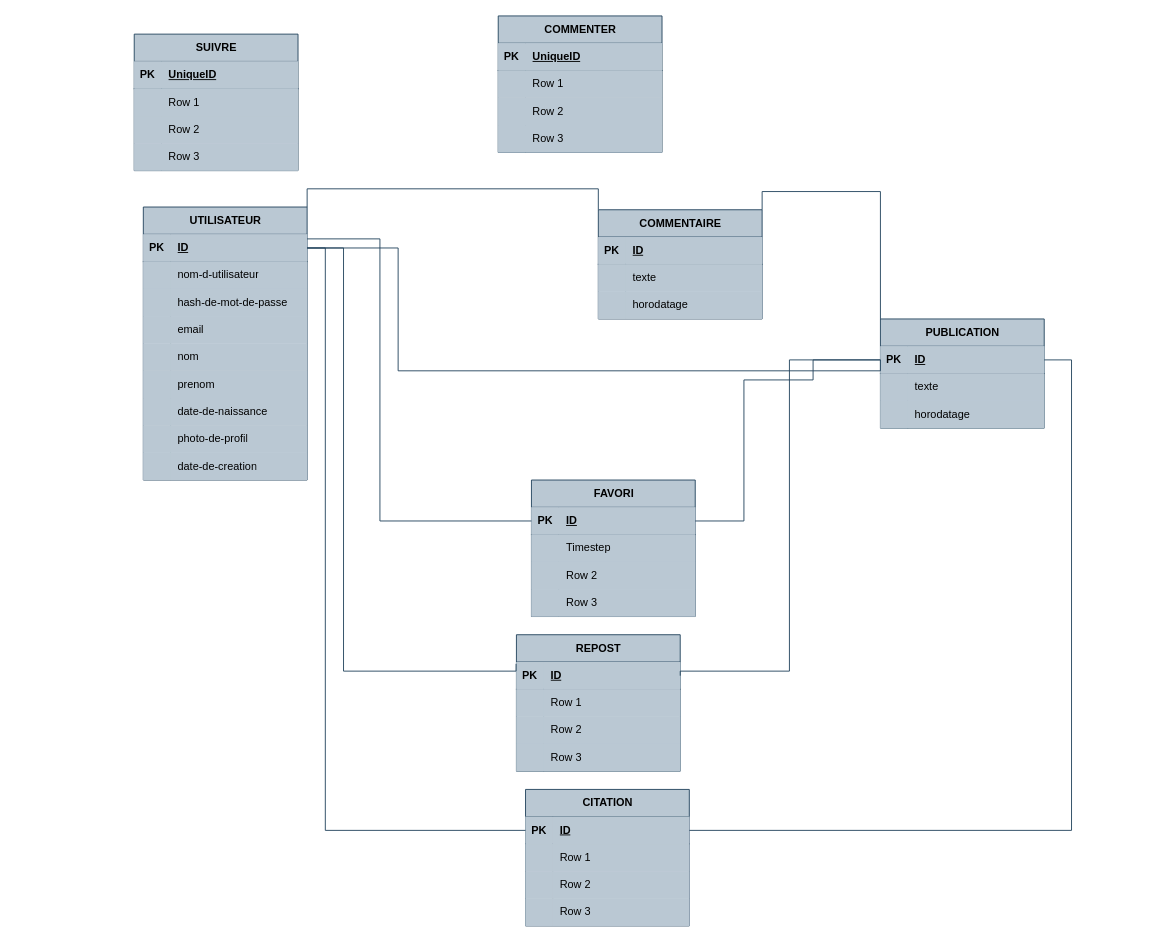
This is page "Page-2" (2 of 2) of Diagramme sans nom 5.drawio from vsilvanska/examen-info-2023, a draw.io file, before an edit. Source tidied: cells renumbered, new cells numbered last; positions are measured from the earlier drawing's top-left corner, leaving out a move shared by most shapes. Both pictures are drawn from the tidied source at 91%, with x=0, y=0 at pixel (134, 15).
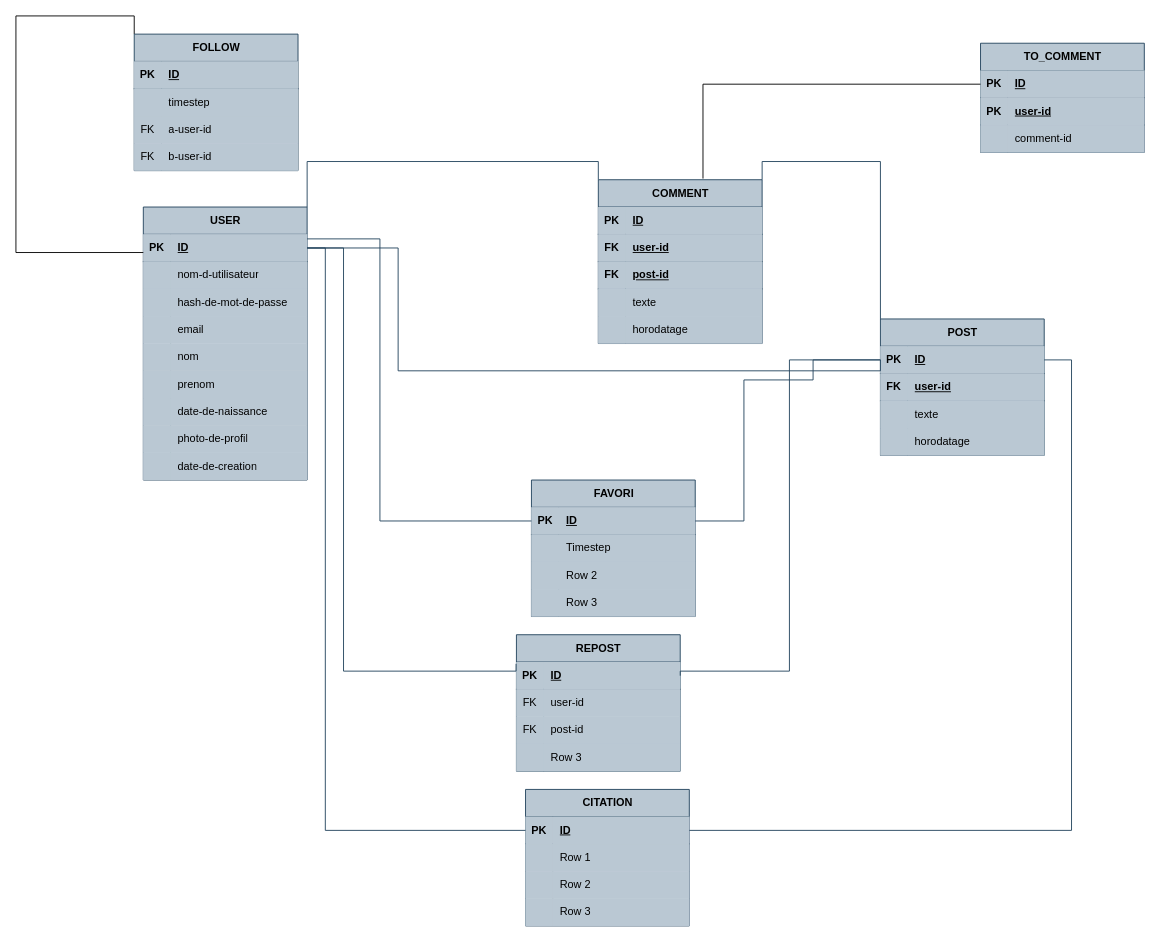
The same page after the edit.

Unchanged cells that the change refers to:
```xml
<mxCell id="4" style="shape=tableRow;horizontal=0;startSize=0;swimlaneHead=0;swimlaneBody=0;fillColor=#bac8d3;points=[[0,0.5],[1,0.5]];portConstraint=eastwest;top=0;left=0;right=0;bottom=1;strokeColor=#23445d;" parent="3" vertex="1">
  <mxGeometry y="30" width="180" height="30" as="geometry" />
</mxCell>
<mxCell id="69" style="shape=tableRow;horizontal=0;startSize=0;swimlaneHead=0;swimlaneBody=0;fillColor=#bac8d3;top=0;left=0;right=0;bottom=0;strokeColor=#23445d;" parent="65" vertex="1">
  <mxGeometry y="60" width="180" height="30" as="geometry" />
</mxCell>
<mxCell id="72" style="shape=tableRow;horizontal=0;startSize=0;swimlaneHead=0;swimlaneBody=0;fillColor=#bac8d3;top=0;left=0;right=0;bottom=0;strokeColor=#23445d;" parent="65" vertex="1">
  <mxGeometry y="90" width="180" height="30" as="geometry" />
</mxCell>
<mxCell id="99" style="shape=tableRow;horizontal=0;startSize=0;swimlaneHead=0;swimlaneBody=0;fillColor=#bac8d3;top=0;left=0;right=0;bottom=1;strokeColor=#23445d;" parent="98" vertex="1">
  <mxGeometry y="30" width="180" height="30" as="geometry" />
</mxCell>
<mxCell id="102" style="shape=tableRow;horizontal=0;startSize=0;swimlaneHead=0;swimlaneBody=0;fillColor=#bac8d3;top=0;left=0;right=0;bottom=0;strokeColor=#23445d;" parent="98" vertex="1">
  <mxGeometry y="60" width="180" height="30" as="geometry" />
</mxCell>
<mxCell id="105" style="shape=tableRow;horizontal=0;startSize=0;swimlaneHead=0;swimlaneBody=0;fillColor=#bac8d3;top=0;left=0;right=0;bottom=0;strokeColor=#23445d;" parent="98" vertex="1">
  <mxGeometry y="90" width="180" height="30" as="geometry" />
</mxCell>
<mxCell id="108" style="shape=tableRow;horizontal=0;startSize=0;swimlaneHead=0;swimlaneBody=0;fillColor=#bac8d3;top=0;left=0;right=0;bottom=0;strokeColor=#23445d;" parent="98" vertex="1">
  <mxGeometry y="120" width="180" height="30" as="geometry" />
</mxCell>
<mxCell id="112" style="shape=tableRow;horizontal=0;startSize=0;swimlaneHead=0;swimlaneBody=0;fillColor=#bac8d3;points=[[0,0.5],[1,0.5]];portConstraint=eastwest;top=0;left=0;right=0;bottom=1;strokeColor=#23445d;" parent="111" vertex="1">
  <mxGeometry y="30" width="180" height="30" as="geometry" />
</mxCell>
```

Change to the diagram source:
```diff
@@
-    <mxCell id="3" value="UTILISATEUR" style="shape=table;startSize=30;childLayout=tableLayout;rowLines=0;fontStyle=1;align=center;html=1;fillColor=#bac8d3;strokeColor=#23445d;" parent="1" vertex="1">
+    <mxCell id="3" value="USER" style="shape=table;startSize=30;childLayout=tableLayout;rowLines=0;fontStyle=1;align=center;html=1;fillColor=#bac8d3;strokeColor=#23445d;" parent="1" vertex="1">
       <mxGeometry x="10" y="210" width="180" height="300" as="geometry" />
     </mxCell>
@@
-    <mxCell id="32" value="COMMENTAIRE" style="shape=table;startSize=30;childLayout=tableLayout;rowLines=0;fontStyle=1;align=center;html=1;fillColor=#bac8d3;strokeColor=#23445d;" parent="1" vertex="1">
-      <mxGeometry x="510" y="213" width="180" height="120" as="geometry" />
+    <mxCell id="32" value="COMMENT" style="shape=table;startSize=30;childLayout=tableLayout;rowLines=0;fontStyle=1;align=center;html=1;fillColor=#bac8d3;strokeColor=#23445d;" parent="1" vertex="1">
+      <mxGeometry x="510" y="180" width="180" height="180" as="geometry" />
     </mxCell>
@@
+    <mxCell id="124" style="shape=tableRow;horizontal=0;startSize=0;swimlaneHead=0;swimlaneBody=0;fillColor=#bac8d3;top=0;left=0;right=0;bottom=1;strokeColor=#23445d;" parent="32" vertex="1">
+      <mxGeometry y="60" width="180" height="30" as="geometry" />
+    </mxCell>
+    <mxCell id="125" value="FK" style="shape=partialRectangle;fillColor=#bac8d3;top=0;left=0;bottom=0;right=0;fontStyle=1;overflow=hidden;whiteSpace=wrap;html=1;strokeColor=#23445d;" parent="124" vertex="1">
+      <mxGeometry width="30" height="30" as="geometry" />
+    </mxCell>
+    <mxCell id="126" value="user-id" style="shape=partialRectangle;fillColor=#bac8d3;top=0;left=0;bottom=0;right=0;align=left;spacingLeft=6;fontStyle=5;overflow=hidden;whiteSpace=wrap;html=1;strokeColor=#23445d;" parent="124" vertex="1">
+      <mxGeometry x="30" width="150" height="30" as="geometry" />
+    </mxCell>
+    <mxCell id="127" style="shape=tableRow;horizontal=0;startSize=0;swimlaneHead=0;swimlaneBody=0;fillColor=#bac8d3;top=0;left=0;right=0;bottom=1;strokeColor=#23445d;" parent="32" vertex="1">
+      <mxGeometry y="90" width="180" height="30" as="geometry" />
+    </mxCell>
+    <mxCell id="128" value="FK" style="shape=partialRectangle;fillColor=#bac8d3;top=0;left=0;bottom=0;right=0;fontStyle=1;overflow=hidden;whiteSpace=wrap;html=1;strokeColor=#23445d;" parent="127" vertex="1">
+      <mxGeometry width="30" height="30" as="geometry" />
+    </mxCell>
+    <mxCell id="129" value="post-id" style="shape=partialRectangle;fillColor=#bac8d3;top=0;left=0;bottom=0;right=0;align=left;spacingLeft=6;fontStyle=5;overflow=hidden;whiteSpace=wrap;html=1;strokeColor=#23445d;" parent="127" vertex="1">
+      <mxGeometry x="30" width="150" height="30" as="geometry" />
+    </mxCell>
     <mxCell id="36" style="shape=tableRow;horizontal=0;startSize=0;swimlaneHead=0;swimlaneBody=0;fillColor=#bac8d3;top=0;left=0;right=0;bottom=0;strokeColor=#23445d;" parent="32" vertex="1">
-      <mxGeometry y="60" width="180" height="30" as="geometry" />
+      <mxGeometry y="120" width="180" height="30" as="geometry" />
     </mxCell>
@@
     <mxCell id="39" style="shape=tableRow;horizontal=0;startSize=0;swimlaneHead=0;swimlaneBody=0;fillColor=#bac8d3;top=0;left=0;right=0;bottom=0;strokeColor=#23445d;" parent="32" vertex="1">
-      <mxGeometry y="90" width="180" height="30" as="geometry" />
+      <mxGeometry y="150" width="180" height="30" as="geometry" />
     </mxCell>
@@
-    <mxCell id="42" value="PUBLICATION" style="shape=table;startSize=30;childLayout=tableLayout;rowLines=0;fontStyle=1;align=center;html=1;fillColor=#bac8d3;strokeColor=#23445d;" parent="1" vertex="1">
-      <mxGeometry x="820" y="333" width="180" height="120" as="geometry" />
+    <mxCell id="42" value="POST" style="shape=table;startSize=30;childLayout=tableLayout;rowLines=0;fontStyle=1;align=center;html=1;fillColor=#bac8d3;strokeColor=#23445d;" parent="1" vertex="1">
+      <mxGeometry x="820" y="333" width="180" height="150" as="geometry" />
     </mxCell>
@@
+    <mxCell id="130" style="shape=tableRow;horizontal=0;startSize=0;swimlaneHead=0;swimlaneBody=0;fillColor=#bac8d3;top=0;left=0;right=0;bottom=1;strokeColor=#23445d;" parent="42" vertex="1">
+      <mxGeometry y="60" width="180" height="30" as="geometry" />
+    </mxCell>
+    <mxCell id="131" value="FK" style="shape=partialRectangle;fillColor=#bac8d3;top=0;left=0;bottom=0;right=0;fontStyle=1;overflow=hidden;whiteSpace=wrap;html=1;strokeColor=#23445d;" parent="130" vertex="1">
+      <mxGeometry width="30" height="30" as="geometry" />
+    </mxCell>
+    <mxCell id="132" value="user-id" style="shape=partialRectangle;fillColor=#bac8d3;top=0;left=0;bottom=0;right=0;align=left;spacingLeft=6;fontStyle=5;overflow=hidden;whiteSpace=wrap;html=1;strokeColor=#23445d;" parent="130" vertex="1">
+      <mxGeometry x="30" width="150" height="30" as="geometry" />
+    </mxCell>
     <mxCell id="46" style="shape=tableRow;horizontal=0;startSize=0;swimlaneHead=0;swimlaneBody=0;fillColor=#bac8d3;top=0;left=0;right=0;bottom=0;strokeColor=#23445d;" parent="42" vertex="1">
-      <mxGeometry y="60" width="180" height="30" as="geometry" />
+      <mxGeometry y="90" width="180" height="30" as="geometry" />
     </mxCell>
@@
     <mxCell id="49" style="shape=tableRow;horizontal=0;startSize=0;swimlaneHead=0;swimlaneBody=0;fillColor=#bac8d3;top=0;left=0;right=0;bottom=0;strokeColor=#23445d;" parent="42" vertex="1">
-      <mxGeometry y="90" width="180" height="30" as="geometry" />
+      <mxGeometry y="120" width="180" height="30" as="geometry" />
     </mxCell>
@@
-    <mxCell id="70" style="shape=partialRectangle;fillColor=#bac8d3;top=0;left=0;bottom=0;right=0;overflow=hidden;whiteSpace=wrap;html=1;strokeColor=#23445d;" parent="69" vertex="1">
+    <mxCell id="70" value="FK" style="shape=partialRectangle;fillColor=#bac8d3;top=0;left=0;bottom=0;right=0;overflow=hidden;whiteSpace=wrap;html=1;strokeColor=#23445d;" parent="69" vertex="1">
       <mxGeometry width="30" height="30" as="geometry" />
     </mxCell>
-    <mxCell id="71" value="Row 1" style="shape=partialRectangle;fillColor=#bac8d3;top=0;left=0;bottom=0;right=0;align=left;spacingLeft=6;overflow=hidden;whiteSpace=wrap;html=1;strokeColor=#23445d;" parent="69" vertex="1">
+    <mxCell id="71" value="user-id" style="shape=partialRectangle;fillColor=#bac8d3;top=0;left=0;bottom=0;right=0;align=left;spacingLeft=6;overflow=hidden;whiteSpace=wrap;html=1;strokeColor=#23445d;" parent="69" vertex="1">
       <mxGeometry x="30" width="150" height="30" as="geometry" />
     </mxCell>
@@
-    <mxCell id="73" style="shape=partialRectangle;fillColor=#bac8d3;top=0;left=0;bottom=0;right=0;overflow=hidden;whiteSpace=wrap;html=1;strokeColor=#23445d;" parent="72" vertex="1">
+    <mxCell id="73" value="FK" style="shape=partialRectangle;fillColor=#bac8d3;top=0;left=0;bottom=0;right=0;overflow=hidden;whiteSpace=wrap;html=1;strokeColor=#23445d;" parent="72" vertex="1">
       <mxGeometry width="30" height="30" as="geometry" />
     </mxCell>
-    <mxCell id="74" value="Row 2" style="shape=partialRectangle;fillColor=#bac8d3;top=0;left=0;bottom=0;right=0;align=left;spacingLeft=6;overflow=hidden;whiteSpace=wrap;html=1;strokeColor=#23445d;" parent="72" vertex="1">
+    <mxCell id="74" value="post-id" style="shape=partialRectangle;fillColor=#bac8d3;top=0;left=0;bottom=0;right=0;align=left;spacingLeft=6;overflow=hidden;whiteSpace=wrap;html=1;strokeColor=#23445d;" parent="72" vertex="1">
       <mxGeometry x="30" width="150" height="30" as="geometry" />
     </mxCell>
@@
+    <mxCell id="133" style="edgeStyle=orthogonalEdgeStyle;rounded=0;jettySize=auto;html=1;exitX=0;exitY=0;exitDx=0;exitDy=0;endArrow=none;endFill=0;" parent="1" edge="1" source="98" target="4">
+      <mxGeometry relative="1" as="geometry">
+        <Array as="points">
+          <mxPoint />
+          <mxPoint x="-130" />
+          <mxPoint x="-130" y="260" />
+        </Array>
+      </mxGeometry>
+    </mxCell>
-    <mxCell id="98" value="SUIVRE" style="shape=table;startSize=30;childLayout=tableLayout;rowLines=0;fontStyle=1;align=center;html=1;fillColor=#bac8d3;strokeColor=#23445d;" parent="1" vertex="1">
+    <mxCell id="98" value="FOLLOW" style="shape=table;startSize=30;childLayout=tableLayout;rowLines=0;fontStyle=1;align=center;html=1;fillColor=#bac8d3;strokeColor=#23445d;" parent="1" vertex="1">
       <mxGeometry y="20" width="180" height="150" as="geometry" />
     </mxCell>
@@
-    <mxCell id="101" value="UniqueID" style="shape=partialRectangle;fillColor=#bac8d3;top=0;left=0;bottom=0;right=0;align=left;spacingLeft=6;fontStyle=5;overflow=hidden;whiteSpace=wrap;html=1;strokeColor=#23445d;" parent="99" vertex="1">
+    <mxCell id="101" value="ID" style="shape=partialRectangle;fillColor=#bac8d3;top=0;left=0;bottom=0;right=0;align=left;spacingLeft=6;fontStyle=5;overflow=hidden;whiteSpace=wrap;html=1;strokeColor=#23445d;" parent="99" vertex="1">
       <mxGeometry x="30" width="150" height="30" as="geometry" />
     </mxCell>
@@
-    <mxCell id="104" value="Row 1" style="shape=partialRectangle;fillColor=#bac8d3;top=0;left=0;bottom=0;right=0;align=left;spacingLeft=6;overflow=hidden;whiteSpace=wrap;html=1;strokeColor=#23445d;" parent="102" vertex="1">
+    <mxCell id="104" value="timestep" style="shape=partialRectangle;fillColor=#bac8d3;top=0;left=0;bottom=0;right=0;align=left;spacingLeft=6;overflow=hidden;whiteSpace=wrap;html=1;strokeColor=#23445d;" parent="102" vertex="1">
       <mxGeometry x="30" width="150" height="30" as="geometry" />
     </mxCell>
@@
-    <mxCell id="106" style="shape=partialRectangle;fillColor=#bac8d3;top=0;left=0;bottom=0;right=0;overflow=hidden;whiteSpace=wrap;html=1;strokeColor=#23445d;" parent="105" vertex="1">
+    <mxCell id="106" value="FK" style="shape=partialRectangle;fillColor=#bac8d3;top=0;left=0;bottom=0;right=0;overflow=hidden;whiteSpace=wrap;html=1;strokeColor=#23445d;" parent="105" vertex="1">
       <mxGeometry width="30" height="30" as="geometry" />
     </mxCell>
-    <mxCell id="107" value="Row 2" style="shape=partialRectangle;fillColor=#bac8d3;top=0;left=0;bottom=0;right=0;align=left;spacingLeft=6;overflow=hidden;whiteSpace=wrap;html=1;strokeColor=#23445d;" parent="105" vertex="1">
+    <mxCell id="107" value="a-user-id" style="shape=partialRectangle;fillColor=#bac8d3;top=0;left=0;bottom=0;right=0;align=left;spacingLeft=6;overflow=hidden;whiteSpace=wrap;html=1;strokeColor=#23445d;" parent="105" vertex="1">
       <mxGeometry x="30" width="150" height="30" as="geometry" />
     </mxCell>
@@
-    <mxCell id="109" style="shape=partialRectangle;fillColor=#bac8d3;top=0;left=0;bottom=0;right=0;overflow=hidden;whiteSpace=wrap;html=1;strokeColor=#23445d;" parent="108" vertex="1">
+    <mxCell id="109" value="FK" style="shape=partialRectangle;fillColor=#bac8d3;top=0;left=0;bottom=0;right=0;overflow=hidden;whiteSpace=wrap;html=1;strokeColor=#23445d;" parent="108" vertex="1">
       <mxGeometry width="30" height="30" as="geometry" />
     </mxCell>
-    <mxCell id="110" value="Row 3" style="shape=partialRectangle;fillColor=#bac8d3;top=0;left=0;bottom=0;right=0;align=left;spacingLeft=6;overflow=hidden;whiteSpace=wrap;html=1;strokeColor=#23445d;" parent="108" vertex="1">
+    <mxCell id="110" value="b-user-id" style="shape=partialRectangle;fillColor=#bac8d3;top=0;left=0;bottom=0;right=0;align=left;spacingLeft=6;overflow=hidden;whiteSpace=wrap;html=1;strokeColor=#23445d;" parent="108" vertex="1">
       <mxGeometry x="30" width="150" height="30" as="geometry" />
     </mxCell>
-    <mxCell id="111" value="COMMENTER" style="shape=table;startSize=30;childLayout=tableLayout;rowLines=0;fontStyle=1;align=center;html=1;fillColor=#bac8d3;strokeColor=#23445d;" parent="1" vertex="1">
-      <mxGeometry x="400" width="180" height="150" as="geometry" />
+    <mxCell id="111" value="TO_COMMENT" style="shape=table;startSize=30;childLayout=tableLayout;rowLines=0;fontStyle=1;align=center;html=1;fillColor=#bac8d3;strokeColor=#23445d;" parent="1" vertex="1">
+      <mxGeometry x="930" y="30" width="180" height="120" as="geometry" />
     </mxCell>
@@
-    <mxCell id="114" value="UniqueID" style="shape=partialRectangle;fillColor=#bac8d3;top=0;left=0;bottom=0;right=0;align=left;spacingLeft=6;fontStyle=5;overflow=hidden;whiteSpace=wrap;html=1;strokeColor=#23445d;" parent="112" vertex="1">
+    <mxCell id="114" value="ID" style="shape=partialRectangle;fillColor=#bac8d3;top=0;left=0;bottom=0;right=0;align=left;spacingLeft=6;fontStyle=5;overflow=hidden;whiteSpace=wrap;html=1;strokeColor=#23445d;" parent="112" vertex="1">
       <mxGeometry x="30" width="150" height="30" as="geometry" />
     </mxCell>
+    <mxCell id="134" style="shape=tableRow;horizontal=0;startSize=0;swimlaneHead=0;swimlaneBody=0;fillColor=#bac8d3;top=0;left=0;right=0;bottom=1;strokeColor=#23445d;" parent="111" vertex="1">
+      <mxGeometry y="60" width="180" height="30" as="geometry" />
+    </mxCell>
+    <mxCell id="135" value="PK" style="shape=partialRectangle;fillColor=#bac8d3;top=0;left=0;bottom=0;right=0;fontStyle=1;overflow=hidden;whiteSpace=wrap;html=1;strokeColor=#23445d;" parent="134" vertex="1">
+      <mxGeometry width="30" height="30" as="geometry" />
+    </mxCell>
+    <mxCell id="136" value="user-id" style="shape=partialRectangle;fillColor=#bac8d3;top=0;left=0;bottom=0;right=0;align=left;spacingLeft=6;fontStyle=5;overflow=hidden;whiteSpace=wrap;html=1;strokeColor=#23445d;" parent="134" vertex="1">
+      <mxGeometry x="30" width="150" height="30" as="geometry" />
+    </mxCell>
     <mxCell id="115" style="shape=tableRow;horizontal=0;startSize=0;swimlaneHead=0;swimlaneBody=0;fillColor=#bac8d3;top=0;left=0;right=0;bottom=0;strokeColor=#23445d;" parent="111" vertex="1">
-      <mxGeometry y="60" width="180" height="30" as="geometry" />
+      <mxGeometry y="90" width="180" height="30" as="geometry" />
     </mxCell>
@@
-    <mxCell id="117" value="Row 1" style="shape=partialRectangle;fillColor=#bac8d3;top=0;left=0;bottom=0;right=0;align=left;spacingLeft=6;overflow=hidden;whiteSpace=wrap;html=1;strokeColor=#23445d;" parent="115" vertex="1">
+    <mxCell id="117" value="comment-id" style="shape=partialRectangle;fillColor=#bac8d3;top=0;left=0;bottom=0;right=0;align=left;spacingLeft=6;overflow=hidden;whiteSpace=wrap;html=1;strokeColor=#23445d;" parent="115" vertex="1">
       <mxGeometry x="30" width="150" height="30" as="geometry" />
     </mxCell>
-    <mxCell id="118" style="shape=tableRow;horizontal=0;startSize=0;swimlaneHead=0;swimlaneBody=0;fillColor=#bac8d3;top=0;left=0;right=0;bottom=0;strokeColor=#23445d;" parent="111" vertex="1">
-      <mxGeometry y="90" width="180" height="30" as="geometry" />
-    </mxCell>
-    <mxCell id="119" style="shape=partialRectangle;fillColor=#bac8d3;top=0;left=0;bottom=0;right=0;overflow=hidden;whiteSpace=wrap;html=1;strokeColor=#23445d;" parent="118" vertex="1">
-      <mxGeometry width="30" height="30" as="geometry" />
-    </mxCell>
-    <mxCell id="120" value="Row 2" style="shape=partialRectangle;fillColor=#bac8d3;top=0;left=0;bottom=0;right=0;align=left;spacingLeft=6;overflow=hidden;whiteSpace=wrap;html=1;strokeColor=#23445d;" parent="118" vertex="1">
-      <mxGeometry x="30" width="150" height="30" as="geometry" />
-    </mxCell>
-    <mxCell id="121" style="shape=tableRow;horizontal=0;startSize=0;swimlaneHead=0;swimlaneBody=0;fillColor=#bac8d3;top=0;left=0;right=0;bottom=0;strokeColor=#23445d;" parent="111" vertex="1">
-      <mxGeometry y="120" width="180" height="30" as="geometry" />
-    </mxCell>
-    <mxCell id="122" style="shape=partialRectangle;fillColor=#bac8d3;top=0;left=0;bottom=0;right=0;overflow=hidden;whiteSpace=wrap;html=1;strokeColor=#23445d;" parent="121" vertex="1">
-      <mxGeometry width="30" height="30" as="geometry" />
-    </mxCell>
-    <mxCell id="123" value="Row 3" style="shape=partialRectangle;fillColor=#bac8d3;top=0;left=0;bottom=0;right=0;align=left;spacingLeft=6;overflow=hidden;whiteSpace=wrap;html=1;strokeColor=#23445d;" parent="121" vertex="1">
-      <mxGeometry x="30" width="150" height="30" as="geometry" />
-    </mxCell>
+    <mxCell id="137" style="edgeStyle=orthogonalEdgeStyle;rounded=0;jettySize=auto;html=1;entryX=0.639;entryY=-0.007;entryDx=0;entryDy=0;entryPerimeter=0;endArrow=none;endFill=0;" parent="1" edge="1" source="112" target="32">
+      <mxGeometry relative="1" as="geometry" />
+    </mxCell>
```
